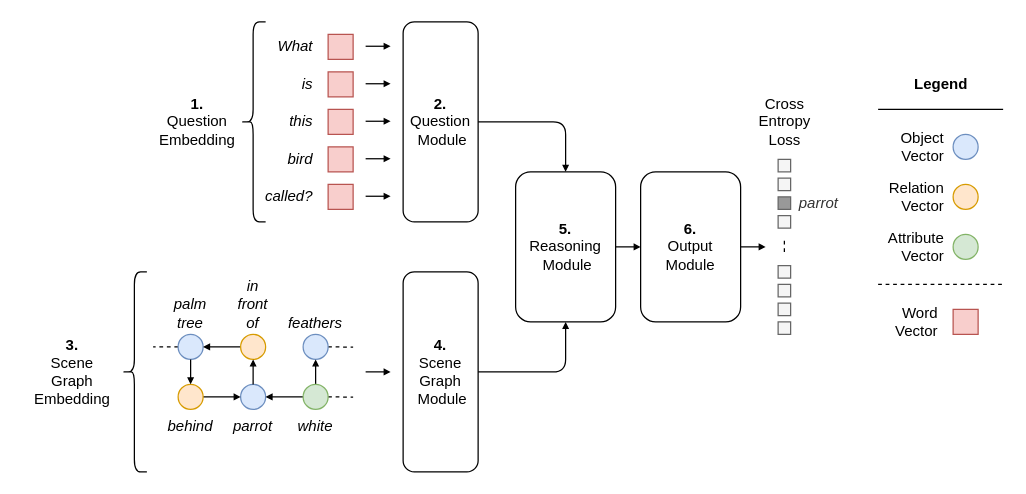
Earlier version of the draw.io diagram figures/model.drawio (alexmirrington/honours-thesis). Source tidied: cells renumbered, new cells numbered last; positions are measured from the earlier drawing's top-left corner, leaving out a move shared by most shapes. Both pictures are drawn from the tidied source at 125%, with x=0, y=0 at pixel (21, 21).
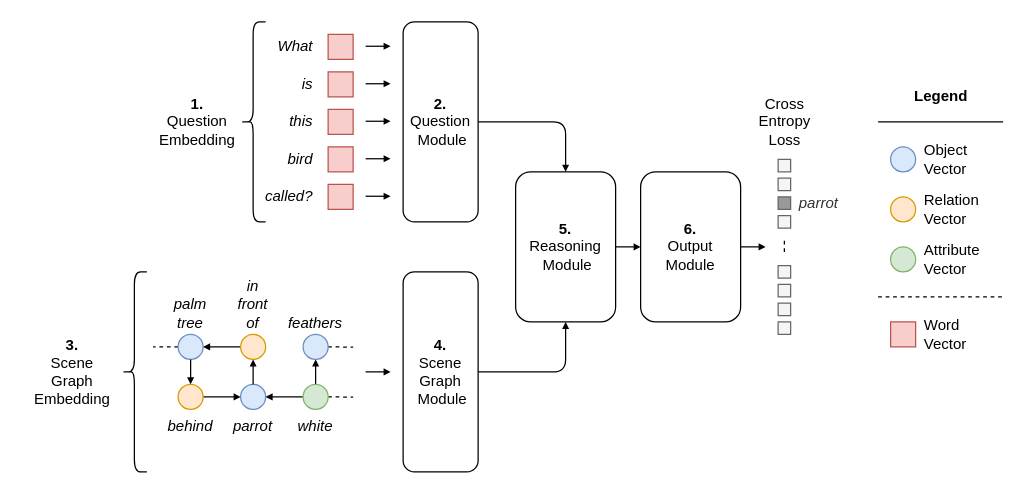
After the change.

The edit, as a diff of the source:
```diff
@@
-    <mxCell id="40" style="group;" parent="1" vertex="1">
-      <mxGeometry x="685" y="40" width="100" height="210" as="geometry" />
+    <mxCell id="40" style="group;labelPosition=right;verticalLabelPosition=middle;align=left;verticalAlign=middle;spacingLeft=5;" parent="1" vertex="1">
+      <mxGeometry x="685" y="50" width="100" height="210" as="geometry" />
     </mxCell>
@@
-    <mxCell id="42" value="Relation&lt;br&gt;Vector" style="ellipse;whiteSpace=wrap;html=1;fillColor=#ffe6cc;strokeColor=#d79b00;labelPosition=left;verticalLabelPosition=middle;align=right;verticalAlign=middle;spacingRight=5;fontStyle=0;" parent="40" vertex="1">
-      <mxGeometry x="60" y="90" width="20" height="20" as="geometry" />
+    <mxCell id="42" value="Relation&lt;br&gt;Vector" style="ellipse;whiteSpace=wrap;html=1;fillColor=#ffe6cc;strokeColor=#d79b00;labelPosition=right;verticalLabelPosition=middle;align=left;verticalAlign=middle;spacingRight=5;fontStyle=0;spacingLeft=5;" parent="40" vertex="1">
+      <mxGeometry x="10" y="90" width="20" height="20" as="geometry" />
     </mxCell>
-    <mxCell id="43" value="Attribute&lt;br&gt;Vector" style="ellipse;whiteSpace=wrap;html=1;fillColor=#d5e8d4;strokeColor=#82b366;labelPosition=left;verticalLabelPosition=middle;align=right;verticalAlign=middle;spacingRight=5;fontStyle=0;" parent="40" vertex="1">
-      <mxGeometry x="60" y="130" width="20" height="20" as="geometry" />
+    <mxCell id="43" value="Attribute&lt;br&gt;Vector" style="ellipse;whiteSpace=wrap;html=1;fillColor=#d5e8d4;strokeColor=#82b366;labelPosition=right;verticalLabelPosition=middle;align=left;verticalAlign=middle;spacingRight=5;fontStyle=0;spacingLeft=5;" parent="40" vertex="1">
+      <mxGeometry x="10" y="130" width="20" height="20" as="geometry" />
     </mxCell>
-    <mxCell id="44" value="Object&lt;br&gt;Vector" style="ellipse;whiteSpace=wrap;html=1;fillColor=#dae8fc;strokeColor=#6c8ebf;labelPosition=left;verticalLabelPosition=middle;align=right;verticalAlign=middle;spacingRight=5;fontStyle=0;" parent="40" vertex="1">
-      <mxGeometry x="60" y="50" width="20" height="20" as="geometry" />
+    <mxCell id="44" value="Object&lt;br&gt;Vector" style="ellipse;whiteSpace=wrap;html=1;fillColor=#dae8fc;strokeColor=#6c8ebf;labelPosition=right;verticalLabelPosition=middle;align=left;verticalAlign=middle;spacingRight=5;fontStyle=0;spacingLeft=5;" parent="40" vertex="1">
+      <mxGeometry x="10" y="50" width="20" height="20" as="geometry" />
     </mxCell>
@@
-    <mxCell id="46" value="&lt;span style=&quot;font-style: normal&quot;&gt;Word&lt;br&gt;Vector&lt;/span&gt;" style="rect;whiteSpace=wrap;html=1;fillColor=#f8cecc;strokeColor=#b85450;labelPosition=left;verticalLabelPosition=middle;align=right;verticalAlign=middle;spacingRight=10;fontStyle=2;" parent="40" vertex="1">
-      <mxGeometry x="60" y="190" width="20" height="20" as="geometry" />
+    <mxCell id="46" value="&lt;span style=&quot;font-style: normal&quot;&gt;Word&lt;br&gt;Vector&lt;/span&gt;" style="rect;whiteSpace=wrap;html=1;fillColor=#f8cecc;strokeColor=#b85450;labelPosition=right;verticalLabelPosition=middle;align=left;verticalAlign=middle;spacingRight=10;fontStyle=2;spacingLeft=5;" parent="40" vertex="1">
+      <mxGeometry x="10" y="190" width="20" height="20" as="geometry" />
     </mxCell>
```
